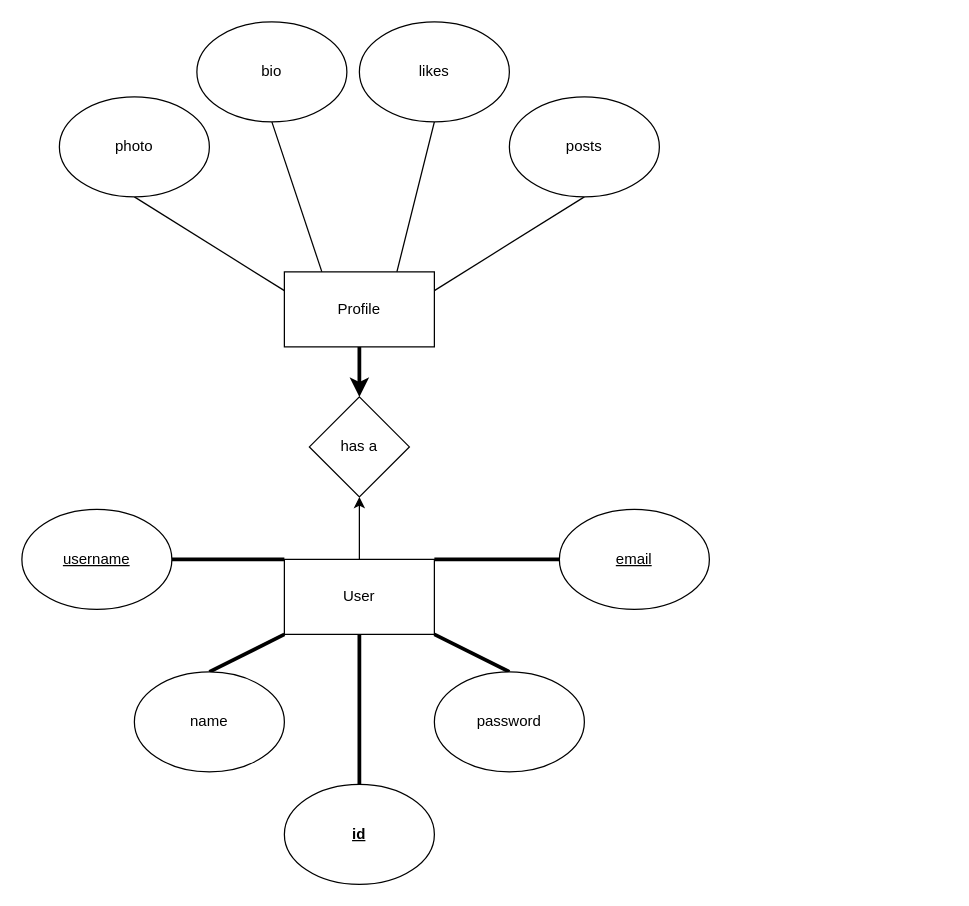
This is popular_app_clone.drawio from UCHIHASEKA173/SQL, a draw.io file, before an edit. Source tidied: cells renumbered, new cells numbered last; positions are measured from the earlier drawing's top-left corner, leaving out a move shared by most shapes. Both pictures are drawn from the tidied source at 125%, with x=0, y=0 at pixel (21, 21).
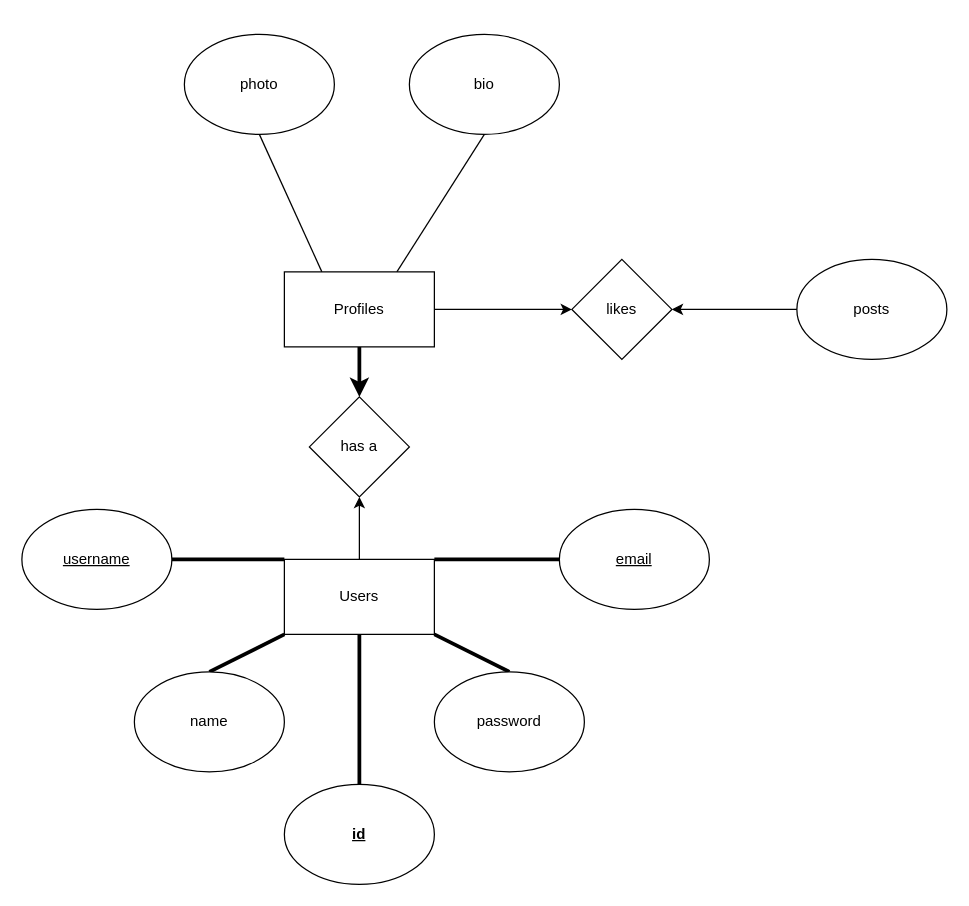
The same page after the edit.

Diff of the diagram source:
```diff
@@
-    <mxCell id="2" style="edgeStyle=none;html=1;exitX=0;exitY=0.25;exitDx=0;exitDy=0;entryX=0.5;entryY=1;entryDx=0;entryDy=0;startArrow=none;startFill=0;endArrow=none;endFill=0;" parent="1" edge="1" source="6" target="12">
+    <mxCell id="2" style="edgeStyle=none;html=1;exitX=0.25;exitY=0;exitDx=0;exitDy=0;entryX=0.5;entryY=1;entryDx=0;entryDy=0;startArrow=none;startFill=0;endArrow=none;endFill=0;" parent="1" edge="1" source="6" target="12">
       <mxGeometry relative="1" as="geometry" />
     </mxCell>
-    <mxCell id="3" style="edgeStyle=none;html=1;exitX=0.25;exitY=0;exitDx=0;exitDy=0;entryX=0.5;entryY=1;entryDx=0;entryDy=0;startArrow=none;startFill=0;endArrow=none;endFill=0;" parent="1" edge="1" source="6" target="16">
+    <mxCell id="3" style="edgeStyle=none;html=1;exitX=0.75;exitY=0;exitDx=0;exitDy=0;entryX=0.5;entryY=1;entryDx=0;entryDy=0;startArrow=none;startFill=0;endArrow=none;endFill=0;" parent="1" edge="1" source="6" target="16">
       <mxGeometry relative="1" as="geometry" />
     </mxCell>
-    <mxCell id="4" style="edgeStyle=none;jumpSize=6;html=1;exitX=0.75;exitY=0;exitDx=0;exitDy=0;entryX=0.5;entryY=1;entryDx=0;entryDy=0;strokeWidth=1;startArrow=none;startFill=0;endArrow=none;endFill=0;endSize=6;" parent="1" edge="1" source="6" target="21">
-      <mxGeometry relative="1" as="geometry" />
-    </mxCell>
@@
-    <mxCell id="6" value="Profile" style="rounded=0;whiteSpace=wrap;html=1;" parent="1" vertex="1">
+    <mxCell id="6" value="Profiles" style="rounded=0;whiteSpace=wrap;html=1;" parent="1" vertex="1">
       <mxGeometry x="210" y="200" width="120" height="60" as="geometry" />
     </mxCell>
@@
-    <mxCell id="11" value="User" style="rounded=0;whiteSpace=wrap;html=1;" parent="1" vertex="1">
+    <mxCell id="11" value="Users" style="rounded=0;whiteSpace=wrap;html=1;" parent="1" vertex="1">
       <mxGeometry x="210" y="430" width="120" height="60" as="geometry" />
     </mxCell>
     <mxCell id="12" value="photo" style="ellipse;whiteSpace=wrap;html=1;" parent="1" vertex="1">
-      <mxGeometry x="30" y="60" width="120" height="80" as="geometry" />
+      <mxGeometry x="130" y="10" width="120" height="80" as="geometry" />
     </mxCell>
@@
     <mxCell id="16" value="bio" style="ellipse;whiteSpace=wrap;html=1;" parent="1" vertex="1">
-      <mxGeometry x="140" width="120" height="80" as="geometry" />
+      <mxGeometry x="310" y="10" width="120" height="80" as="geometry" />
     </mxCell>
-    <mxCell id="17" style="edgeStyle=none;jumpSize=6;html=1;exitX=0.5;exitY=1;exitDx=0;exitDy=0;entryX=1;entryY=0.25;entryDx=0;entryDy=0;strokeWidth=1;startArrow=none;startFill=0;endArrow=none;endFill=0;endSize=6;" parent="1" edge="1" source="18" target="6">
-      <mxGeometry relative="1" as="geometry" />
-    </mxCell>
     <mxCell id="18" value="posts" style="ellipse;whiteSpace=wrap;html=1;" parent="1" vertex="1">
-      <mxGeometry x="390" y="60" width="120" height="80" as="geometry" />
+      <mxGeometry x="620" y="190" width="120" height="80" as="geometry" />
     </mxCell>
@@
-    <mxCell id="21" value="likes" style="ellipse;whiteSpace=wrap;html=1;" parent="1" vertex="1">
-      <mxGeometry x="270" width="120" height="80" as="geometry" />
-    </mxCell>
@@
+    <mxCell id="21" value="likes" style="rhombus;whiteSpace=wrap;html=1;" parent="1" vertex="1">
+      <mxGeometry x="440" y="190" width="80" height="80" as="geometry" />
+    </mxCell>
+    <mxCell id="4" style="endArrow=classic;html=1;exitX=1;exitY=0.5;exitDx=0;exitDy=0;entryX=0;entryY=0.5;entryDx=0;entryDy=0;" parent="1" edge="1" source="6" target="21">
+      <mxGeometry relative="1" as="geometry" />
+    </mxCell>
+    <mxCell id="25" style="endArrow=classic;html=1;exitX=0;exitY=0.5;exitDx=0;exitDy=0;entryX=1;entryY=0.5;entryDx=0;entryDy=0;" parent="1" edge="1" source="18" target="21">
+      <mxGeometry relative="1" as="geometry" />
+    </mxCell>
```
